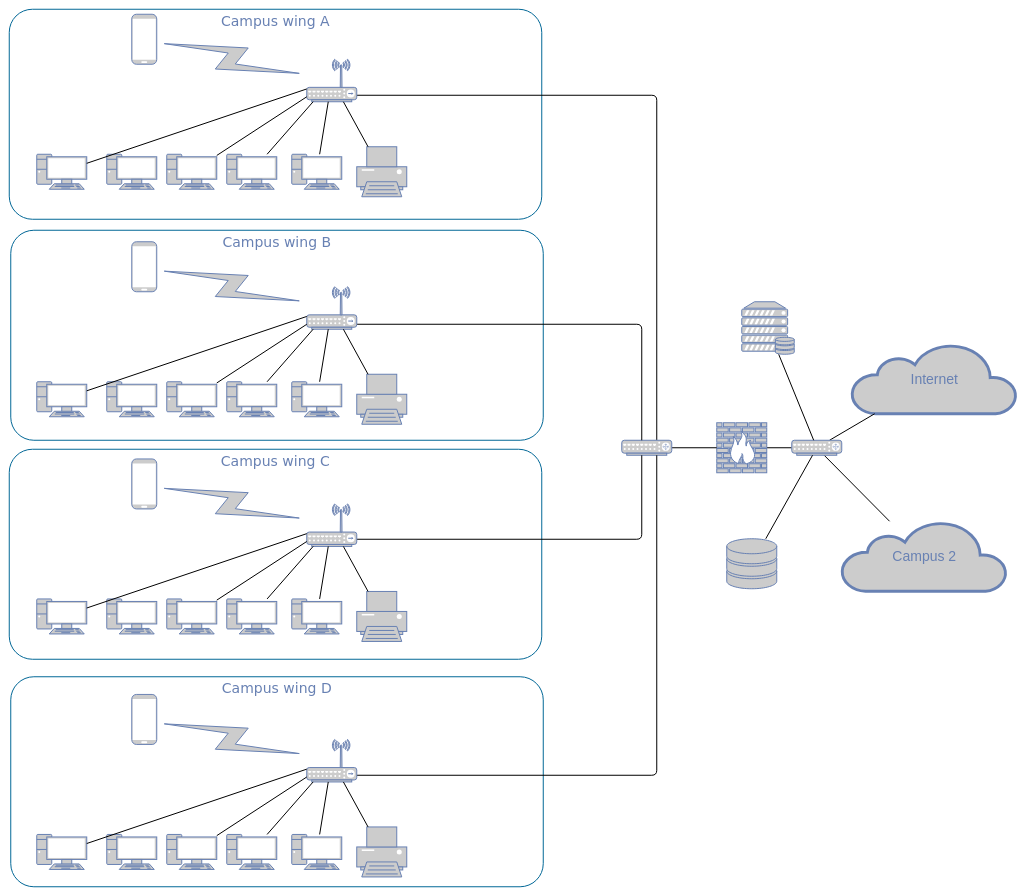
Before: 03-sysadmin-08-net/Untitled Diagram.drawio in ellikvt/devops-netology, a draw.io diagram. Source tidied: cells renumbered, new cells numbered last; positions are measured from the earlier drawing's top-left corner, leaving out a move shared by most shapes. Both pictures are drawn from the tidied source at 50%, with x=0, y=0 at pixel (9, 9).
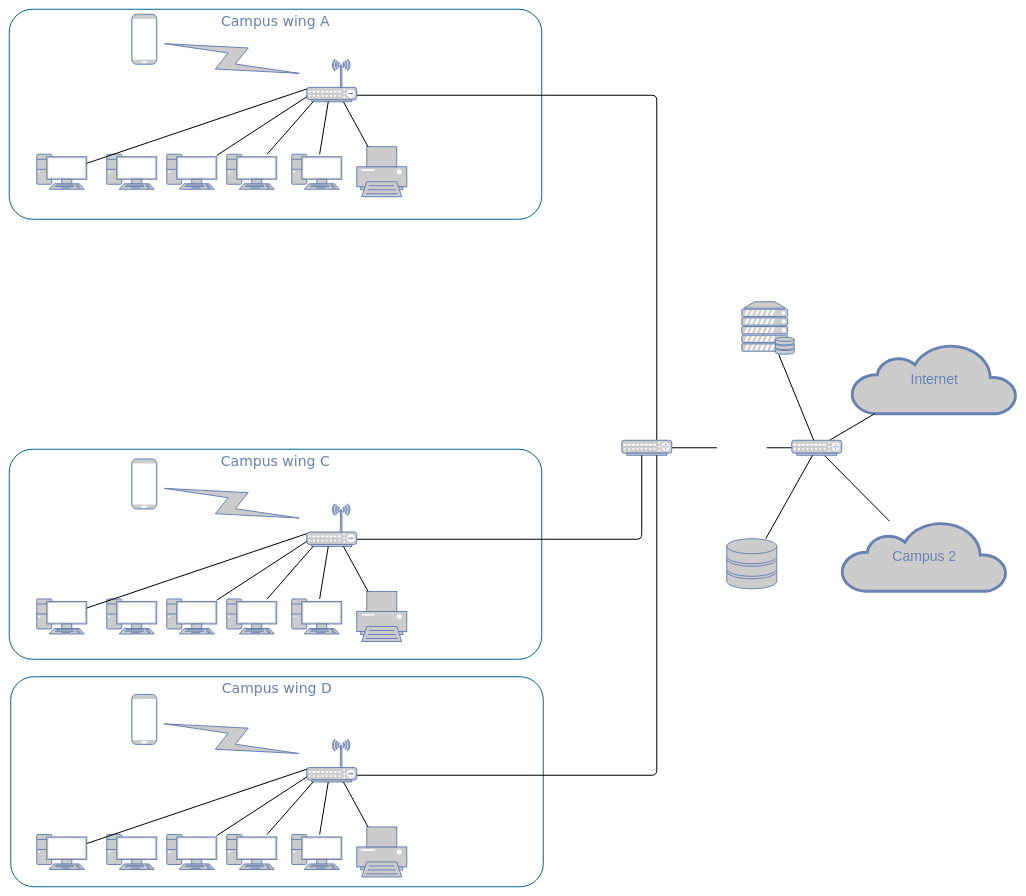
The same page after the edit.

The change refers to these unchanged cells:
```xml
<mxCell id="10" style="fontColor=#0066CC;verticalAlign=top;verticalLabelPosition=bottom;labelPosition=center;align=center;html=1;fillColor=#CCCCCC;strokeColor=#6881B3;gradientColor=none;gradientDirection=north;strokeWidth=2;shape=mxgraph.networks.router;rounded=0;shadow=0;comic=0;" parent="1" vertex="1">
  <mxGeometry x="1225" y="862" width="100" height="30" as="geometry" />
</mxCell>
<mxCell id="58" style="fontColor=#0066CC;verticalAlign=top;verticalLabelPosition=bottom;labelPosition=center;align=center;html=1;fillColor=#CCCCCC;strokeColor=#6881B3;gradientColor=none;gradientDirection=north;strokeWidth=2;shape=mxgraph.networks.router;rounded=0;shadow=0;comic=0;" parent="1" vertex="1">
  <mxGeometry x="1565" y="862" width="100" height="30" as="geometry" />
</mxCell>
```

The edit, as a diff of the source:
```diff
@@
-    <mxCell id="4" value="Campus wing B" style="rounded=1;whiteSpace=wrap;html=1;shadow=0;comic=0;strokeColor=#036897;strokeWidth=2;fillColor=none;fontFamily=Verdana;fontSize=28;fontColor=#6881B3;align=center;arcSize=11;verticalAlign=top;" parent="1" vertex="1">
-      <mxGeometry x="3" y="442" width="1065" height="420" as="geometry" />
-    </mxCell>
@@
-    <mxCell id="6" style="edgeStyle=none;html=1;labelBackgroundColor=none;endArrow=none;endFill=0;strokeWidth=2;fontFamily=Verdana;fontSize=28;fontColor=#6881B3;" parent="1" edge="1" source="7" target="58">
-      <mxGeometry relative="1" as="geometry" />
+    <mxCell id="6" style="edgeStyle=none;html=1;labelBackgroundColor=none;endArrow=none;endFill=0;strokeWidth=2;fontFamily=Verdana;fontSize=28;fontColor=#6881B3;" parent="1" edge="1" target="58">
+      <mxGeometry relative="1" as="geometry">
+        <mxPoint x="1515" y="877" as="sourcePoint" />
+      </mxGeometry>
     </mxCell>
-    <mxCell id="7" style="fontColor=#0066CC;verticalAlign=top;verticalLabelPosition=bottom;labelPosition=center;align=center;html=1;fillColor=#CCCCCC;strokeColor=#6881B3;gradientColor=none;gradientDirection=north;strokeWidth=2;shape=mxgraph.networks.firewall;rounded=0;shadow=0;comic=0;" parent="1" vertex="1">
-      <mxGeometry x="1415" y="827" width="100" height="100" as="geometry" />
-    </mxCell>
@@
-    <mxCell id="9" style="edgeStyle=none;html=1;labelBackgroundColor=none;endArrow=none;endFill=0;strokeWidth=2;fontFamily=Verdana;fontSize=15;fontColor=#036897;" parent="1" edge="1" source="10" target="7">
-      <mxGeometry relative="1" as="geometry" />
+    <mxCell id="9" style="edgeStyle=none;html=1;labelBackgroundColor=none;endArrow=none;endFill=0;strokeWidth=2;fontFamily=Verdana;fontSize=15;fontColor=#036897;" parent="1" edge="1" source="10">
+      <mxGeometry relative="1" as="geometry">
+        <mxPoint x="1415" y="877" as="targetPoint" />
+      </mxGeometry>
     </mxCell>
@@
-    <mxCell id="25" style="fontColor=#0066CC;verticalAlign=top;verticalLabelPosition=bottom;labelPosition=center;align=center;html=1;fillColor=#CCCCCC;strokeColor=#6881B3;gradientColor=none;gradientDirection=north;strokeWidth=2;shape=mxgraph.networks.pc;rounded=0;shadow=0;comic=0;" parent="1" vertex="1">
-      <mxGeometry x="55" y="745" width="100" height="70" as="geometry" />
-    </mxCell>
-    <mxCell id="26" style="fontColor=#0066CC;verticalAlign=top;verticalLabelPosition=bottom;labelPosition=center;align=center;html=1;fillColor=#CCCCCC;strokeColor=#6881B3;gradientColor=none;gradientDirection=north;strokeWidth=2;shape=mxgraph.networks.pc;rounded=0;shadow=0;comic=0;" parent="1" vertex="1">
-      <mxGeometry x="195" y="745" width="100" height="70" as="geometry" />
-    </mxCell>
-    <mxCell id="27" style="fontColor=#0066CC;verticalAlign=top;verticalLabelPosition=bottom;labelPosition=center;align=center;html=1;fillColor=#CCCCCC;strokeColor=#6881B3;gradientColor=none;gradientDirection=north;strokeWidth=2;shape=mxgraph.networks.pc;rounded=0;shadow=0;comic=0;" parent="1" vertex="1">
-      <mxGeometry x="315" y="745" width="100" height="70" as="geometry" />
-    </mxCell>
-    <mxCell id="28" style="fontColor=#0066CC;verticalAlign=top;verticalLabelPosition=bottom;labelPosition=center;align=center;html=1;fillColor=#CCCCCC;strokeColor=#6881B3;gradientColor=none;gradientDirection=north;strokeWidth=2;shape=mxgraph.networks.pc;rounded=0;shadow=0;comic=0;" parent="1" vertex="1">
-      <mxGeometry x="435" y="745" width="100" height="70" as="geometry" />
-    </mxCell>
-    <mxCell id="29" style="fontColor=#0066CC;verticalAlign=top;verticalLabelPosition=bottom;labelPosition=center;align=center;html=1;fillColor=#CCCCCC;strokeColor=#6881B3;gradientColor=none;gradientDirection=north;strokeWidth=2;shape=mxgraph.networks.pc;rounded=0;shadow=0;comic=0;" parent="1" vertex="1">
-      <mxGeometry x="565" y="745" width="100" height="70" as="geometry" />
-    </mxCell>
-    <mxCell id="30" style="fontColor=#0066CC;verticalAlign=top;verticalLabelPosition=bottom;labelPosition=center;align=center;html=1;fillColor=#CCCCCC;strokeColor=#6881B3;gradientColor=none;gradientDirection=north;strokeWidth=2;shape=mxgraph.networks.printer;rounded=0;shadow=0;comic=0;" parent="1" vertex="1">
-      <mxGeometry x="695" y="730" width="100" height="100" as="geometry" />
-    </mxCell>
-    <mxCell id="31" style="edgeStyle=orthogonalEdgeStyle;html=1;labelBackgroundColor=none;endArrow=none;endFill=0;strokeWidth=2;fontFamily=Verdana;fontSize=15;fontColor=#036897;" parent="1" edge="1" source="32" target="10">
-      <mxGeometry relative="1" as="geometry">
-        <Array as="points">
-          <mxPoint x="1265" y="630" />
-        </Array>
-      </mxGeometry>
-    </mxCell>
-    <mxCell id="32" style="fontColor=#0066CC;verticalAlign=top;verticalLabelPosition=bottom;labelPosition=center;align=center;html=1;fillColor=#CCCCCC;strokeColor=#6881B3;gradientColor=none;gradientDirection=north;strokeWidth=2;shape=mxgraph.networks.wireless_hub;rounded=0;shadow=0;comic=0;" parent="1" vertex="1">
-      <mxGeometry x="595" y="555" width="100" height="85" as="geometry" />
-    </mxCell>
-    <mxCell id="33" style="edgeStyle=none;html=1;labelBackgroundColor=none;endArrow=none;endFill=0;strokeWidth=2;fontFamily=Verdana;fontSize=15;fontColor=#036897;" parent="1" edge="1" source="25" target="32">
-      <mxGeometry relative="1" as="geometry" />
-    </mxCell>
-    <mxCell id="34" style="edgeStyle=none;html=1;labelBackgroundColor=none;endArrow=none;endFill=0;strokeWidth=2;fontFamily=Verdana;fontSize=15;fontColor=#036897;" parent="1" edge="1" source="27" target="32">
-      <mxGeometry relative="1" as="geometry" />
-    </mxCell>
-    <mxCell id="35" style="edgeStyle=none;html=1;labelBackgroundColor=none;endArrow=none;endFill=0;strokeWidth=2;fontFamily=Verdana;fontSize=15;fontColor=#036897;" parent="1" edge="1" source="28" target="32">
-      <mxGeometry relative="1" as="geometry" />
-    </mxCell>
-    <mxCell id="36" style="edgeStyle=none;html=1;labelBackgroundColor=none;endArrow=none;endFill=0;strokeWidth=2;fontFamily=Verdana;fontSize=15;fontColor=#036897;" parent="1" edge="1" source="29" target="32">
-      <mxGeometry relative="1" as="geometry" />
-    </mxCell>
-    <mxCell id="37" style="edgeStyle=none;html=1;labelBackgroundColor=none;endArrow=none;endFill=0;strokeWidth=2;fontFamily=Verdana;fontSize=15;fontColor=#036897;" parent="1" edge="1" source="30" target="32">
-      <mxGeometry relative="1" as="geometry" />
-    </mxCell>
-    <mxCell id="38" style="html=1;fillColor=#CCCCCC;strokeColor=#6881B3;gradientColor=none;gradientDirection=north;strokeWidth=2;shape=mxgraph.networks.comm_link_edge;html=1;labelBackgroundColor=none;endArrow=none;endFill=0;fontFamily=Verdana;fontSize=20;" parent="1" edge="1" source="32" target="39">
-      <mxGeometry relative="1" as="geometry" />
-    </mxCell>
-    <mxCell id="39" style="fontColor=#0066CC;verticalAlign=top;verticalLabelPosition=bottom;labelPosition=center;align=center;html=1;fillColor=#CCCCCC;strokeColor=#6881B3;gradientColor=none;gradientDirection=north;strokeWidth=2;shape=mxgraph.networks.mobile;rounded=0;shadow=0;comic=0;" parent="1" vertex="1">
-      <mxGeometry x="245" y="465" width="50" height="100" as="geometry" />
-    </mxCell>
```
